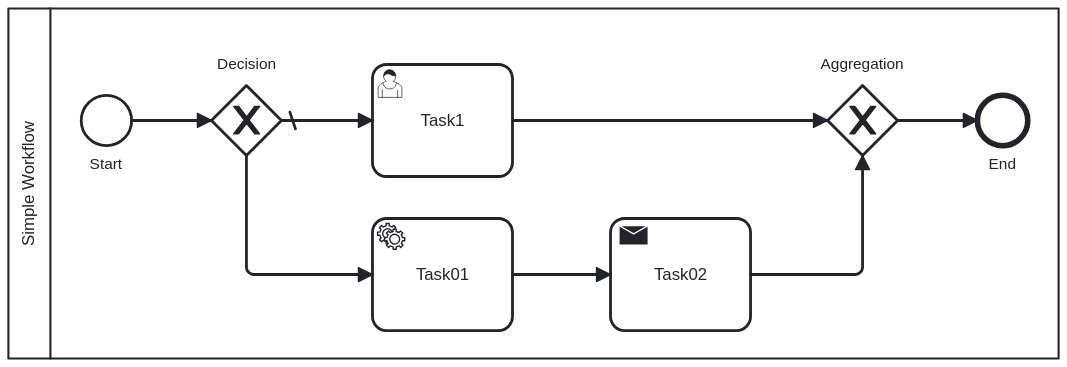
Earlier version of the BPMN export assets/simple-workflow.svg (vhidvz/workflow-js). Its source is kept beside it as assets/simple-workflow.bpmn. Ids are renumbered. The source it was exported from:
```xml
<bpmn:definitions xmlns:xsi="http://www.w3.org/2001/XMLSchema-instance" xmlns:bpmn="http://www.omg.org/spec/BPMN/20100524/MODEL" xmlns:bpmndi="http://www.omg.org/spec/BPMN/20100524/DI" xmlns:dc="http://www.omg.org/spec/DD/20100524/DC" xmlns:di="http://www.omg.org/spec/DD/20100524/DI" id="Definitions_n1" targetNamespace="http://bpmn.io/schema/bpmn" exporter="bpmn-js (https://demo.bpmn.io)" exporterVersion="11.4.1">
  <bpmn:collaboration id="Collaboration_n2">
    <bpmn:participant id="Participant_n3" name="Simple Workflow" processRef="Process_n4" />
  </bpmn:collaboration>
  <bpmn:process id="Process_n4" isExecutable="false">
    <bpmn:startEvent id="StartEvent_n5" name="Start">
      <bpmn:outgoing>Flow_n6</bpmn:outgoing>
    </bpmn:startEvent>
    <bpmn:exclusiveGateway id="Gateway_n7" name="Decision" default="Flow_n8">
      <bpmn:incoming>Flow_n6</bpmn:incoming>
      <bpmn:outgoing>Flow_n8</bpmn:outgoing>
      <bpmn:outgoing>Flow_n9</bpmn:outgoing>
    </bpmn:exclusiveGateway>
    <bpmn:exclusiveGateway id="Gateway_n10" name="Aggregation">
      <bpmn:incoming>Flow_n11</bpmn:incoming>
      <bpmn:incoming>Flow_n12</bpmn:incoming>
      <bpmn:outgoing>Flow_n13</bpmn:outgoing>
    </bpmn:exclusiveGateway>
    <bpmn:endEvent id="Event_n14" name="End">
      <bpmn:incoming>Flow_n13</bpmn:incoming>
    </bpmn:endEvent>
    <bpmn:userTask id="Activity_n15" name="Task1">
      <bpmn:incoming>Flow_n8</bpmn:incoming>
      <bpmn:outgoing>Flow_n12</bpmn:outgoing>
    </bpmn:userTask>
    <bpmn:serviceTask id="Activity_n16" name="Task01">
      <bpmn:incoming>Flow_n9</bpmn:incoming>
      <bpmn:outgoing>Flow_n17</bpmn:outgoing>
    </bpmn:serviceTask>
    <bpmn:sendTask id="Activity_n18" name="Task02">
      <bpmn:incoming>Flow_n17</bpmn:incoming>
      <bpmn:outgoing>Flow_n11</bpmn:outgoing>
    </bpmn:sendTask>
    <bpmn:sequenceFlow id="Flow_n6" sourceRef="StartEvent_n5" targetRef="Gateway_n7" />
    <bpmn:sequenceFlow id="Flow_n8" sourceRef="Gateway_n7" targetRef="Activity_n15" />
    <bpmn:sequenceFlow id="Flow_n9" sourceRef="Gateway_n7" targetRef="Activity_n16" />
    <bpmn:sequenceFlow id="Flow_n11" sourceRef="Activity_n18" targetRef="Gateway_n10" />
    <bpmn:sequenceFlow id="Flow_n12" sourceRef="Activity_n15" targetRef="Gateway_n10" />
    <bpmn:sequenceFlow id="Flow_n13" sourceRef="Gateway_n10" targetRef="Event_n14" />
    <bpmn:sequenceFlow id="Flow_n17" sourceRef="Activity_n16" targetRef="Activity_n18" />
  </bpmn:process>
  <bpmndi:BPMNDiagram id="BPMNDiagram_1">
    <bpmndi:BPMNPlane id="BPMNPlane_1" bpmnElement="Collaboration_n2">
      <bpmndi:BPMNShape id="Participant_n3_di" bpmnElement="Participant_n3" isHorizontal="true">
        <dc:Bounds x="160" y="80" width="750" height="250" />
        <bpmndi:BPMNLabel />
      </bpmndi:BPMNShape>
      <bpmndi:BPMNShape id="_BPMNShape_StartEvent_2" bpmnElement="StartEvent_n5">
        <dc:Bounds x="212" y="142" width="36" height="36" />
        <bpmndi:BPMNLabel>
          <dc:Bounds x="218" y="185" width="24" height="14" />
        </bpmndi:BPMNLabel>
      </bpmndi:BPMNShape>
      <bpmndi:BPMNShape id="Gateway_n7_di" bpmnElement="Gateway_n7" isMarkerVisible="true">
        <dc:Bounds x="305" y="135" width="50" height="50" />
        <bpmndi:BPMNLabel>
          <dc:Bounds x="309" y="113" width="43" height="14" />
        </bpmndi:BPMNLabel>
      </bpmndi:BPMNShape>
      <bpmndi:BPMNShape id="Gateway_n10_di" bpmnElement="Gateway_n10" isMarkerVisible="true">
        <dc:Bounds x="745" y="135" width="50" height="50" />
        <bpmndi:BPMNLabel>
          <dc:Bounds x="740" y="113" width="60" height="14" />
        </bpmndi:BPMNLabel>
      </bpmndi:BPMNShape>
      <bpmndi:BPMNShape id="Event_n14_di" bpmnElement="Event_n14">
        <dc:Bounds x="852" y="142" width="36" height="36" />
        <bpmndi:BPMNLabel>
          <dc:Bounds x="860" y="185" width="20" height="14" />
        </bpmndi:BPMNLabel>
      </bpmndi:BPMNShape>
      <bpmndi:BPMNShape id="Activity_1l9ogx6_di" bpmnElement="Activity_n15">
        <dc:Bounds x="420" y="120" width="100" height="80" />
      </bpmndi:BPMNShape>
      <bpmndi:BPMNShape id="Activity_0cdxib9_di" bpmnElement="Activity_n16">
        <dc:Bounds x="420" y="230" width="100" height="80" />
        <bpmndi:BPMNLabel />
      </bpmndi:BPMNShape>
      <bpmndi:BPMNShape id="Activity_0j0g7fm_di" bpmnElement="Activity_n18">
        <dc:Bounds x="590" y="230" width="100" height="80" />
        <bpmndi:BPMNLabel />
      </bpmndi:BPMNShape>
      <bpmndi:BPMNEdge id="Flow_n6_di" bpmnElement="Flow_n6">
        <di:waypoint x="248" y="160" />
        <di:waypoint x="305" y="160" />
      </bpmndi:BPMNEdge>
      <bpmndi:BPMNEdge id="Flow_n8_di" bpmnElement="Flow_n8">
        <di:waypoint x="355" y="160" />
        <di:waypoint x="420" y="160" />
      </bpmndi:BPMNEdge>
      <bpmndi:BPMNEdge id="Flow_n9_di" bpmnElement="Flow_n9">
        <di:waypoint x="330" y="185" />
        <di:waypoint x="330" y="270" />
        <di:waypoint x="420" y="270" />
      </bpmndi:BPMNEdge>
      <bpmndi:BPMNEdge id="Flow_n11_di" bpmnElement="Flow_n11">
        <di:waypoint x="690" y="270" />
        <di:waypoint x="770" y="270" />
        <di:waypoint x="770" y="185" />
      </bpmndi:BPMNEdge>
      <bpmndi:BPMNEdge id="Flow_n12_di" bpmnElement="Flow_n12">
        <di:waypoint x="520" y="160" />
        <di:waypoint x="745" y="160" />
      </bpmndi:BPMNEdge>
      <bpmndi:BPMNEdge id="Flow_n13_di" bpmnElement="Flow_n13">
        <di:waypoint x="795" y="160" />
        <di:waypoint x="852" y="160" />
      </bpmndi:BPMNEdge>
      <bpmndi:BPMNEdge id="Flow_n17_di" bpmnElement="Flow_n17">
        <di:waypoint x="520" y="270" />
        <di:waypoint x="590" y="270" />
      </bpmndi:BPMNEdge>
    </bpmndi:BPMNPlane>
  </bpmndi:BPMNDiagram>
</bpmn:definitions>
```
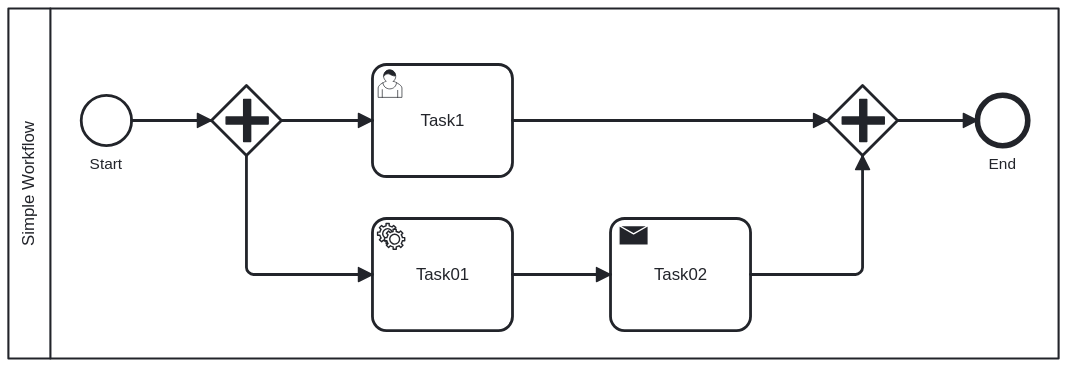
The same diagram one commit later.

Diff of the diagram source:
```diff
@@ -6,16 +6,6 @@
     <bpmn:startEvent id="StartEvent_n5" name="Start">
       <bpmn:outgoing>Flow_n6</bpmn:outgoing>
     </bpmn:startEvent>
-    <bpmn:exclusiveGateway id="Gateway_n7" name="Decision" default="Flow_n8">
-      <bpmn:incoming>Flow_n6</bpmn:incoming>
-      <bpmn:outgoing>Flow_n8</bpmn:outgoing>
-      <bpmn:outgoing>Flow_n9</bpmn:outgoing>
-    </bpmn:exclusiveGateway>
-    <bpmn:exclusiveGateway id="Gateway_n10" name="Aggregation">
-      <bpmn:incoming>Flow_n11</bpmn:incoming>
-      <bpmn:incoming>Flow_n12</bpmn:incoming>
-      <bpmn:outgoing>Flow_n13</bpmn:outgoing>
-    </bpmn:exclusiveGateway>
     <bpmn:endEvent id="Event_n14" name="End">
       <bpmn:incoming>Flow_n13</bpmn:incoming>
     </bpmn:endEvent>
@@ -38,6 +28,16 @@
     <bpmn:sequenceFlow id="Flow_n12" sourceRef="Activity_n15" targetRef="Gateway_n10" />
     <bpmn:sequenceFlow id="Flow_n13" sourceRef="Gateway_n10" targetRef="Event_n14" />
     <bpmn:sequenceFlow id="Flow_n17" sourceRef="Activity_n16" targetRef="Activity_n18" />
+    <bpmn:parallelGateway id="Gateway_n7">
+      <bpmn:incoming>Flow_n6</bpmn:incoming>
+      <bpmn:outgoing>Flow_n8</bpmn:outgoing>
+      <bpmn:outgoing>Flow_n9</bpmn:outgoing>
+    </bpmn:parallelGateway>
+    <bpmn:parallelGateway id="Gateway_n10">
+      <bpmn:incoming>Flow_n11</bpmn:incoming>
+      <bpmn:incoming>Flow_n12</bpmn:incoming>
+      <bpmn:outgoing>Flow_n13</bpmn:outgoing>
+    </bpmn:parallelGateway>
   </bpmn:process>
   <bpmndi:BPMNDiagram id="BPMNDiagram_1">
     <bpmndi:BPMNPlane id="BPMNPlane_1" bpmnElement="Collaboration_n2">
@@ -49,18 +49,6 @@
         <dc:Bounds x="212" y="142" width="36" height="36" />
         <bpmndi:BPMNLabel>
           <dc:Bounds x="218" y="185" width="24" height="14" />
-        </bpmndi:BPMNLabel>
-      </bpmndi:BPMNShape>
-      <bpmndi:BPMNShape id="Gateway_n7_di" bpmnElement="Gateway_n7" isMarkerVisible="true">
-        <dc:Bounds x="305" y="135" width="50" height="50" />
-        <bpmndi:BPMNLabel>
-          <dc:Bounds x="309" y="113" width="43" height="14" />
-        </bpmndi:BPMNLabel>
-      </bpmndi:BPMNShape>
-      <bpmndi:BPMNShape id="Gateway_n10_di" bpmnElement="Gateway_n10" isMarkerVisible="true">
-        <dc:Bounds x="745" y="135" width="50" height="50" />
-        <bpmndi:BPMNLabel>
-          <dc:Bounds x="740" y="113" width="60" height="14" />
         </bpmndi:BPMNLabel>
       </bpmndi:BPMNShape>
       <bpmndi:BPMNShape id="Event_n14_di" bpmnElement="Event_n14">
@@ -79,6 +67,12 @@
       <bpmndi:BPMNShape id="Activity_0j0g7fm_di" bpmnElement="Activity_n18">
         <dc:Bounds x="590" y="230" width="100" height="80" />
         <bpmndi:BPMNLabel />
+      </bpmndi:BPMNShape>
+      <bpmndi:BPMNShape id="Gateway_03r3jcv_di" bpmnElement="Gateway_n7">
+        <dc:Bounds x="305" y="135" width="50" height="50" />
+      </bpmndi:BPMNShape>
+      <bpmndi:BPMNShape id="Gateway_1ygi0qm_di" bpmnElement="Gateway_n10">
+        <dc:Bounds x="745" y="135" width="50" height="50" />
       </bpmndi:BPMNShape>
       <bpmndi:BPMNEdge id="Flow_n6_di" bpmnElement="Flow_n6">
         <di:waypoint x="248" y="160" />
```
